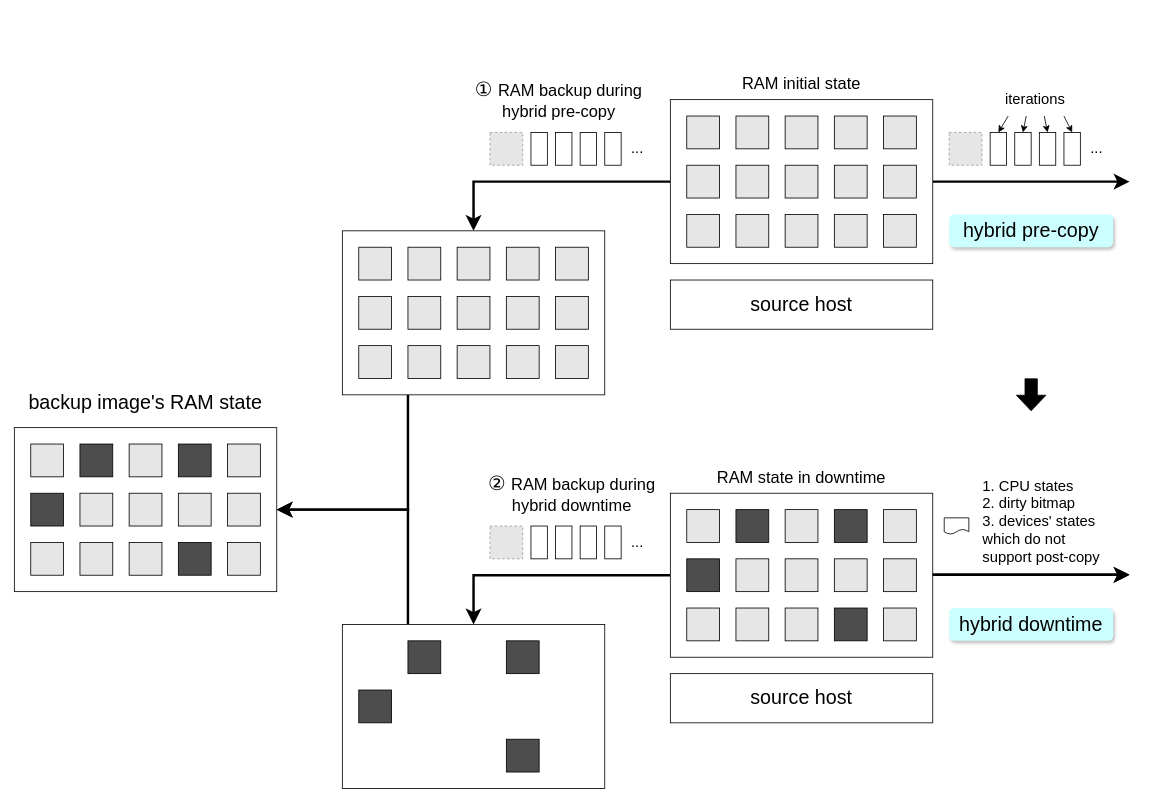
Before: final/backup's challenge.drawio in xuyizhe1999/drawio, a draw.io diagram. Source tidied: cells renumbered, new cells numbered last; positions are measured from the earlier drawing's top-left corner, leaving out a move shared by most shapes. Both pictures are drawn from the tidied source at 82%, with x=0, y=0 at pixel (14, 66). Pictures stored in the file or linked from it are replaced by grey dashed boxes.
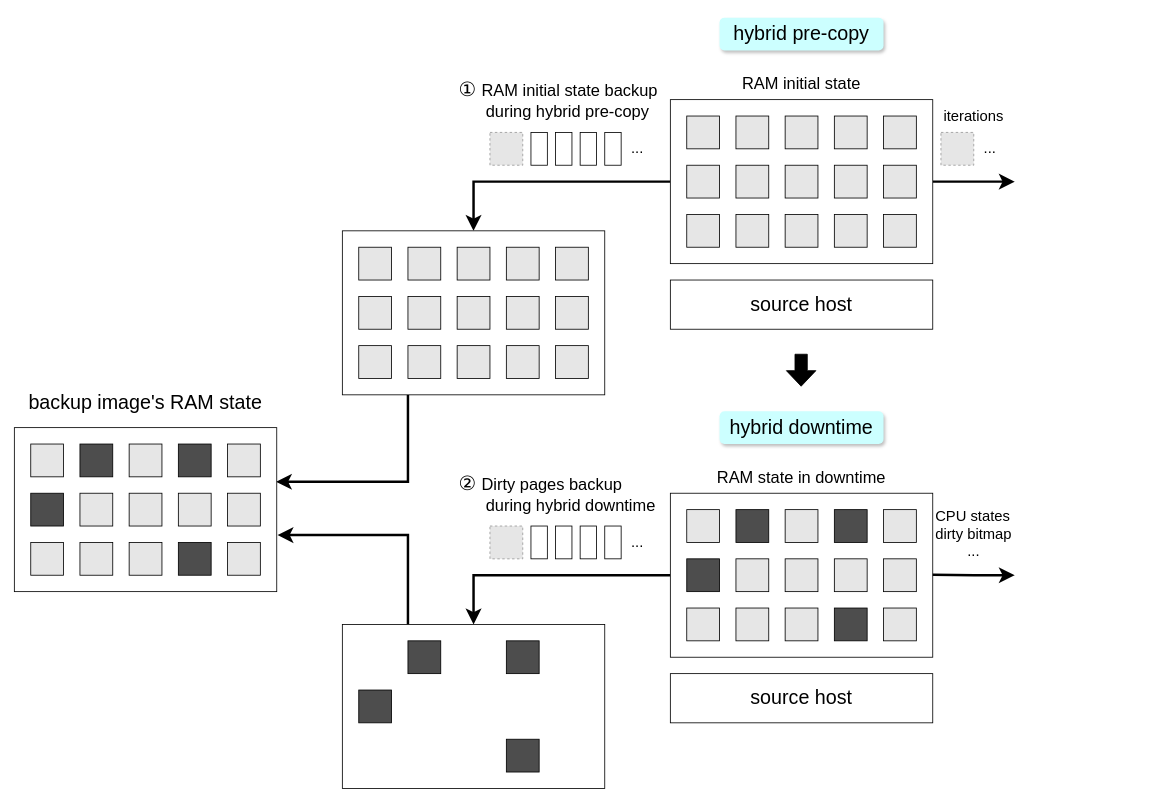
The same diagram, later.

The change refers to these unchanged cells:
```xml
<mxCell id="4" style="rounded=0;whiteSpace=wrap;html=1;" parent="1" vertex="1">
  <mxGeometry x="800" y="40" width="320" height="200" as="geometry" />
</mxCell>
<mxCell id="60" style="rounded=0;whiteSpace=wrap;html=1;" parent="1" vertex="1">
  <mxGeometry x="400" y="200" width="320" height="200" as="geometry" />
</mxCell>
<mxCell id="77" style="rounded=0;whiteSpace=wrap;html=1;" parent="1" vertex="1">
  <mxGeometry x="400" y="680" width="320" height="200" as="geometry" />
</mxCell>
<mxCell id="84" style="rounded=0;whiteSpace=wrap;html=1;" parent="1" vertex="1">
  <mxGeometry y="440" width="320" height="200" as="geometry" />
</mxCell>
```

The edit, as a diff of the source:
```diff
@@
-    <mxCell id="2" style="edgeStyle=orthogonalEdgeStyle;rounded=0;jettySize=auto;html=1;exitX=1;exitY=0.5;exitDx=0;exitDy=0;entryX=0;entryY=0.5;entryDx=0;entryDy=0;endSize=10;startSize=10;strokeWidth=3;" parent="1" edge="1" source="4">
+    <mxCell id="2" style="edgeStyle=orthogonalEdgeStyle;rounded=0;jettySize=auto;html=1;exitX=1;exitY=0.5;exitDx=0;exitDy=0;endSize=10;startSize=10;strokeWidth=3;" parent="1" edge="1" source="4">
       <mxGeometry relative="1" as="geometry">
-        <mxPoint x="1360" y="140" as="targetPoint" />
+        <mxPoint x="1220" y="140" as="targetPoint" />
       </mxGeometry>
     </mxCell>
@@
     <mxCell id="22" style="shape=flexArrow;endArrow=classic;html=1;rounded=0;endSize=6;startSize=10;strokeWidth=1;width=15;fillColor=#000000;" parent="1" edge="1">
       <mxGeometry relative="1" as="geometry">
-        <mxPoint x="1240" y="380" as="sourcePoint" />
-        <mxPoint x="1240" y="420" as="targetPoint" />
+        <mxPoint x="959.5" y="350" as="sourcePoint" />
+        <mxPoint x="959.5" y="390" as="targetPoint" />
       </mxGeometry>
     </mxCell>
     <mxCell id="23" value="&lt;font style=&quot;font-size: 24px;&quot;&gt;hybrid pre-copy&lt;/font&gt;" style="text;html=1;strokeColor=none;fillColor=#CCFFFF;align=center;verticalAlign=middle;whiteSpace=wrap;rounded=1;shadow=1;glass=0;dashed=1;" parent="1" vertex="1">
-      <mxGeometry x="1140" y="180" width="200" height="40" as="geometry" />
+      <mxGeometry x="860" y="-60" width="200" height="40" as="geometry" />
     </mxCell>
     <mxCell id="24" style="fillColor=#E6E6E6;strokeColor=#999999;dashed=1;html=1;verticalAlign=top;verticalLabelPosition=bottom;labelBackgroundColor=#ffffff;" parent="1" vertex="1">
-      <mxGeometry x="1140" y="80" width="40" height="40" as="geometry" />
+      <mxGeometry x="1130" y="80" width="40" height="40" as="geometry" />
     </mxCell>
-    <mxCell id="25" style="rounded=0;whiteSpace=wrap;html=1;" parent="1" vertex="1">
-      <mxGeometry x="1190" y="80" width="20" height="40" as="geometry" />
-    </mxCell>
-    <mxCell id="26" style="rounded=0;whiteSpace=wrap;html=1;" parent="1" vertex="1">
-      <mxGeometry x="1220" y="80" width="20" height="40" as="geometry" />
-    </mxCell>
-    <mxCell id="27" style="rounded=0;whiteSpace=wrap;html=1;" parent="1" vertex="1">
-      <mxGeometry x="1250" y="80" width="20" height="40" as="geometry" />
-    </mxCell>
-    <mxCell id="28" style="rounded=0;whiteSpace=wrap;html=1;" parent="1" vertex="1">
-      <mxGeometry x="1280" y="80" width="20" height="40" as="geometry" />
-    </mxCell>
-    <mxCell id="29" value="&lt;font style=&quot;font-size: 18px;&quot;&gt;...&lt;/font&gt;" style="text;html=1;strokeColor=none;fillColor=none;align=center;verticalAlign=middle;whiteSpace=wrap;rounded=0;" parent="1" vertex="1">
-      <mxGeometry x="1300" y="80" width="40" height="40" as="geometry" />
-    </mxCell>
     <mxCell id="30" value="&lt;font style=&quot;font-size: 18px;&quot;&gt;iterations&lt;/font&gt;" style="text;html=1;strokeColor=none;fillColor=none;align=center;verticalAlign=middle;whiteSpace=wrap;rounded=0;" parent="1" vertex="1">
-      <mxGeometry x="1190" y="20" width="110" height="40" as="geometry" />
+      <mxGeometry x="1130" y="40" width="80" height="40" as="geometry" />
     </mxCell>
-    <mxCell id="31" style="endArrow=classic;html=1;rounded=0;exitX=0.2;exitY=1;exitDx=0;exitDy=0;exitPerimeter=0;" parent="1" edge="1" source="30">
-      <mxGeometry relative="1" as="geometry">
-        <mxPoint x="1200" y="80" as="targetPoint" />
-      </mxGeometry>
-    </mxCell>
-    <mxCell id="32" style="endArrow=classic;html=1;rounded=0;exitX=0.4;exitY=1;exitDx=0;exitDy=0;exitPerimeter=0;entryX=0.5;entryY=0;entryDx=0;entryDy=0;" parent="1" edge="1" source="30" target="26">
-      <mxGeometry relative="1" as="geometry" />
-    </mxCell>
-    <mxCell id="33" style="endArrow=classic;html=1;rounded=0;exitX=0.6;exitY=1;exitDx=0;exitDy=0;exitPerimeter=0;entryX=0.5;entryY=0;entryDx=0;entryDy=0;" parent="1" edge="1" source="30" target="27">
-      <mxGeometry relative="1" as="geometry" />
-    </mxCell>
-    <mxCell id="34" style="endArrow=classic;html=1;rounded=0;exitX=0.818;exitY=1;exitDx=0;exitDy=0;exitPerimeter=0;entryX=0.5;entryY=0;entryDx=0;entryDy=0;" parent="1" edge="1" source="30" target="28">
-      <mxGeometry relative="1" as="geometry" />
-    </mxCell>
@@
-    <mxCell id="54" style="edgeStyle=orthogonalEdgeStyle;rounded=0;orthogonalLoop=1;jettySize=auto;html=1;exitX=1;exitY=0.5;exitDx=0;exitDy=0;entryX=0;entryY=0.5;entryDx=0;entryDy=0;endSize=10;startSize=10;strokeWidth=3;" parent="1" edge="1">
-      <mxGeometry relative="1" as="geometry">
-        <mxPoint x="1120" y="619.5" as="sourcePoint" />
-        <mxPoint x="1360" y="619.5" as="targetPoint" />
-      </mxGeometry>
-    </mxCell>
     <mxCell id="55" value="&lt;font style=&quot;font-size: 24px;&quot;&gt;hybrid downtime&lt;/font&gt;" style="text;html=1;strokeColor=none;fillColor=#CCFFFF;align=center;verticalAlign=middle;whiteSpace=wrap;rounded=1;shadow=1;" parent="1" vertex="1">
-      <mxGeometry x="1140" y="660" width="200" height="40" as="geometry" />
+      <mxGeometry x="860" y="420" width="200" height="40" as="geometry" />
     </mxCell>
-    <mxCell id="56" value="&lt;blockquote style=&quot;margin: 0 0 0 40px; border: none; padding: 0px;&quot;&gt;&lt;div style=&quot;text-align: left;&quot;&gt;&lt;span style=&quot;font-size: 18px; background-color: initial;&quot;&gt;1. CPU states&lt;/span&gt;&lt;/div&gt;&lt;font style=&quot;font-size: 18px;&quot;&gt;&lt;div style=&quot;text-align: left;&quot;&gt;&lt;span style=&quot;background-color: initial;&quot;&gt;2. dirty bitmap&lt;/span&gt;&lt;/div&gt;&lt;/font&gt;&lt;font style=&quot;font-size: 18px;&quot;&gt;&lt;div style=&quot;text-align: left;&quot;&gt;&lt;span style=&quot;background-color: initial;&quot;&gt;3. devices' states&lt;/span&gt;&lt;/div&gt;&lt;/font&gt;&lt;font style=&quot;font-size: 18px;&quot;&gt;&lt;div style=&quot;text-align: left;&quot;&gt;&lt;span style=&quot;background-color: initial;&quot;&gt;which do not support post-copy&lt;/span&gt;&lt;/div&gt;&lt;/font&gt;&lt;/blockquote&gt;" style="text;html=1;strokeColor=none;fillColor=none;align=center;verticalAlign=middle;whiteSpace=wrap;rounded=0;" parent="1" vertex="1">
-      <mxGeometry x="1140" y="490" width="200" height="130" as="geometry" />
-    </mxCell>
-    <mxCell id="57" style="shape=document;whiteSpace=wrap;html=1;boundedLbl=1;" parent="1" vertex="1">
-      <mxGeometry x="1134" y="550" width="30" height="20" as="geometry" />
-    </mxCell>
-    <mxCell id="58" style="edgeStyle=orthogonalEdgeStyle;rounded=0;orthogonalLoop=1;jettySize=auto;html=1;exitX=1;exitY=0.5;exitDx=0;exitDy=0;entryX=0;entryY=0.5;entryDx=0;entryDy=0;endSize=10;startSize=10;strokeWidth=3;" parent="1" edge="1">
+    <mxCell id="58" style="edgeStyle=orthogonalEdgeStyle;rounded=0;orthogonalLoop=1;jettySize=auto;html=1;exitX=1;exitY=0.5;exitDx=0;exitDy=0;endSize=10;startSize=10;strokeWidth=3;" parent="1" edge="1">
       <mxGeometry relative="1" as="geometry">
         <mxPoint x="1120" y="619.5" as="sourcePoint" />
-        <mxPoint x="1360" y="619.5" as="targetPoint" />
+        <mxPoint x="1220" y="620" as="targetPoint" />
       </mxGeometry>
     </mxCell>
-    <mxCell id="59" style="edgeStyle=orthogonalEdgeStyle;rounded=0;jettySize=auto;html=1;exitX=0.25;exitY=1;exitDx=0;exitDy=0;entryX=1;entryY=0.5;entryDx=0;entryDy=0;strokeWidth=3;endSize=10;startSize=10;" parent="1" edge="1" source="60" target="84">
+    <mxCell id="59" style="edgeStyle=orthogonalEdgeStyle;rounded=0;jettySize=auto;html=1;exitX=0.25;exitY=1;exitDx=0;exitDy=0;entryX=0.997;entryY=0.33;entryDx=0;entryDy=0;strokeWidth=3;endSize=10;startSize=10;entryPerimeter=0;" parent="1" edge="1" source="60" target="84">
       <mxGeometry relative="1" as="geometry" />
     </mxCell>
@@
-    <mxCell id="76" style="edgeStyle=orthogonalEdgeStyle;rounded=0;jettySize=auto;html=1;exitX=0.25;exitY=0;exitDx=0;exitDy=0;entryX=1;entryY=0.5;entryDx=0;entryDy=0;strokeWidth=3;endSize=10;startSize=10;" parent="1" edge="1" source="77" target="84">
+    <mxCell id="76" style="edgeStyle=orthogonalEdgeStyle;rounded=0;jettySize=auto;html=1;exitX=0.25;exitY=0;exitDx=0;exitDy=0;entryX=1.003;entryY=0.655;entryDx=0;entryDy=0;strokeWidth=3;endSize=10;startSize=10;entryPerimeter=0;" parent="1" edge="1" source="77" target="84">
       <mxGeometry relative="1" as="geometry" />
     </mxCell>
@@
-    <mxCell id="82" value="&lt;font style=&quot;font-size: 24px;&quot;&gt;① &lt;/font&gt;&lt;font style=&quot;font-size: 20px;&quot;&gt;RAM backup during&lt;br&gt;&amp;nbsp; &amp;nbsp; &amp;nbsp; hybrid pre-copy&lt;/font&gt;" style="text;html=1;strokeColor=none;fillColor=none;align=left;verticalAlign=middle;whiteSpace=wrap;rounded=0;" parent="1" vertex="1">
-      <mxGeometry x="560" y="10" width="240" height="60" as="geometry" />
+    <mxCell id="82" value="&lt;font style=&quot;font-size: 24px;&quot;&gt;① &lt;/font&gt;&lt;font style=&quot;font-size: 20px;&quot;&gt;RAM initial state backup&amp;nbsp; &amp;nbsp; &amp;nbsp; &amp;nbsp; during hybrid pre-copy&lt;/font&gt;" style="text;html=1;strokeColor=none;fillColor=none;align=left;verticalAlign=middle;whiteSpace=wrap;rounded=0;" parent="1" vertex="1">
+      <mxGeometry x="540" y="10" width="260" height="60" as="geometry" />
     </mxCell>
-    <mxCell id="83" value="&lt;font style=&quot;font-size: 24px;&quot;&gt;② &lt;/font&gt;&lt;font style=&quot;font-size: 20px;&quot;&gt;RAM backup during&lt;br&gt;hybrid downtime&lt;/font&gt;" style="text;html=1;strokeColor=none;fillColor=none;align=center;verticalAlign=middle;whiteSpace=wrap;rounded=0;" parent="1" vertex="1">
-      <mxGeometry x="560" y="490" width="240" height="60" as="geometry" />
+    <mxCell id="83" value="&lt;font style=&quot;font-size: 24px;&quot;&gt;② &lt;/font&gt;&lt;font style=&quot;font-size: 20px;&quot;&gt;Dirty pages backup&lt;br&gt;&amp;nbsp; &amp;nbsp; &amp;nbsp; during hybrid downtime&lt;/font&gt;" style="text;html=1;strokeColor=none;fillColor=none;align=left;verticalAlign=middle;whiteSpace=wrap;rounded=0;" parent="1" vertex="1">
+      <mxGeometry x="540" y="490" width="260" height="60" as="geometry" />
     </mxCell>
@@
+    <mxCell id="29" value="&lt;font style=&quot;font-size: 18px;&quot;&gt;...&lt;/font&gt;" style="text;html=1;strokeColor=none;fillColor=none;align=center;verticalAlign=middle;whiteSpace=wrap;rounded=0;" parent="1" vertex="1">
+      <mxGeometry x="1170" y="80" width="40" height="40" as="geometry" />
+    </mxCell>
+    <mxCell id="113" value="&lt;div style=&quot;text-align: left;&quot;&gt;&lt;span style=&quot;font-size: 18px; background-color: initial;&quot;&gt;CPU states&lt;/span&gt;&lt;/div&gt;&lt;font style=&quot;font-size: 18px;&quot;&gt;&lt;div style=&quot;text-align: left;&quot;&gt;&lt;span style=&quot;background-color: initial;&quot;&gt;dirty bitmap&lt;/span&gt;&lt;/div&gt;&lt;div style=&quot;&quot;&gt;&lt;span style=&quot;background-color: initial;&quot;&gt;...&lt;/span&gt;&lt;/div&gt;&lt;/font&gt;" style="text;html=1;strokeColor=none;fillColor=none;align=center;verticalAlign=middle;whiteSpace=wrap;rounded=0;" parent="1" vertex="1">
+      <mxGeometry x="1120" y="520" width="100" height="100" as="geometry" />
+    </mxCell>
```
